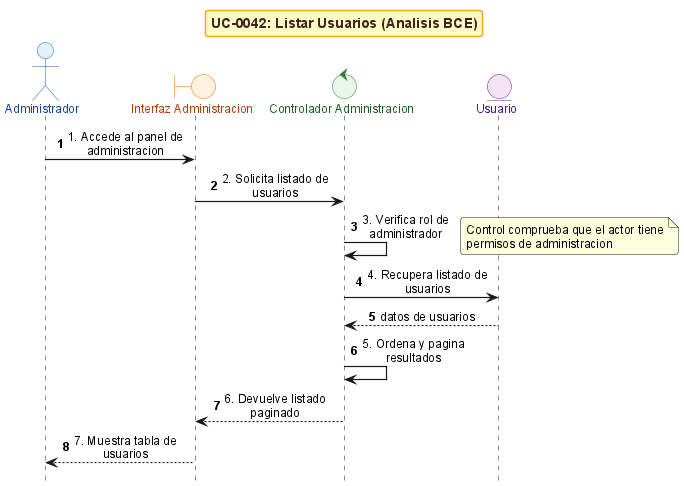
ErDeivih/DocumentChain keeps this PlantUML diagram as anexos/diagramas/seq-bce-uc0042-list-users.png. Above is the earlier version. Its diagram source:
```plantuml
@startuml
!include _sequence-bce-style.puml

title UC-0042: Listar Usuarios (Analisis BCE)

actor "Administrador" as Admin
boundary "Interfaz Administracion" as BF
control "Controlador Administracion" as CA
entity "Usuario" as EU


Admin -> BF : 1. Accede al panel de administracion
BF -> CA : 2. Solicita listado de usuarios
CA -> CA : 3. Verifica rol de administrador
note right : Control comprueba que el actor tiene permisos de administracion

CA -> EU : 4. Recupera listado de usuarios
EU --> CA : datos de usuarios

CA -> CA : 5. Ordena y pagina resultados
CA --> BF : 6. Devuelve listado paginado
BF --> Admin : 7. Muestra tabla de usuarios

@enduml
```
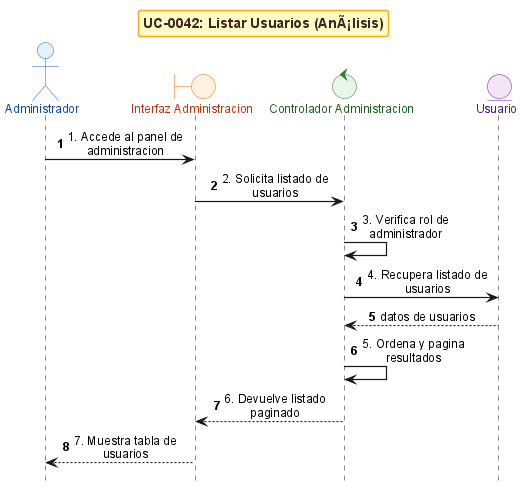
The same file after the commit.

Diff of the diagram source:
```diff
@@ -1,7 +1,7 @@
 @startuml
 !include _sequence-bce-style.puml
 
-title UC-0042: Listar Usuarios (Analisis BCE)
+title UC-0042: Listar Usuarios (AnÃ¡lisis)
 
 actor "Administrador" as Admin
 boundary "Interfaz Administracion" as BF
@@ -12,7 +12,6 @@
 Admin -> BF : 1. Accede al panel de administracion
 BF -> CA : 2. Solicita listado de usuarios
 CA -> CA : 3. Verifica rol de administrador
-note right : Control comprueba que el actor tiene permisos de administracion
 
 CA -> EU : 4. Recupera listado de usuarios
 EU --> CA : datos de usuarios
```
